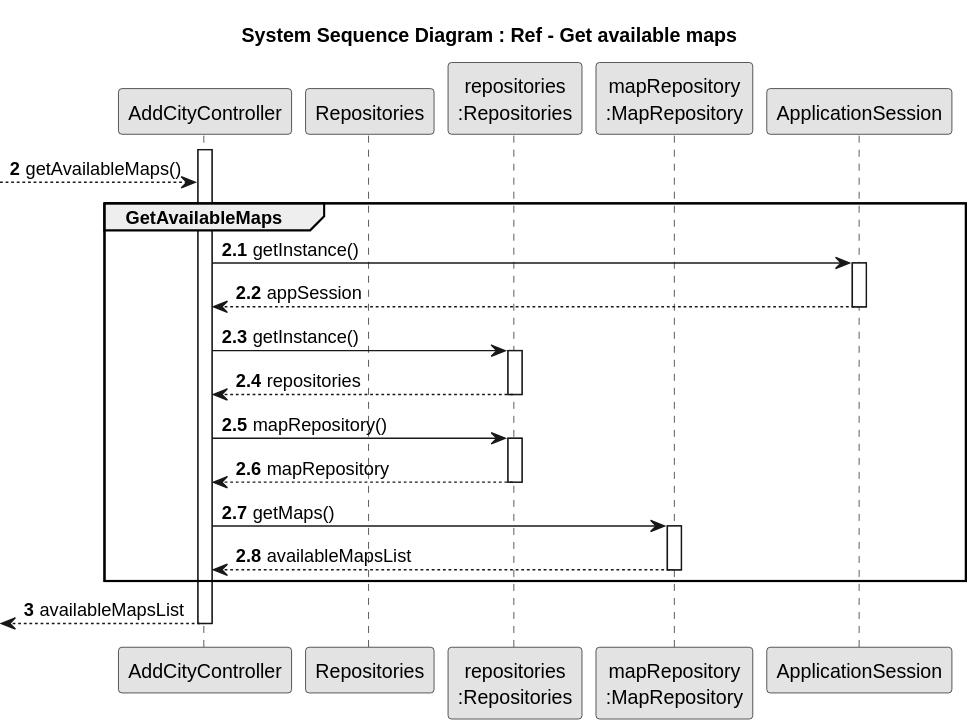
Above: docs/system-documentation/Sprint 2/US03/03.design/svg/US03-SD-get-available-maps.svg in HenriqueSilva18/Railway-Network-Simulator (PlantUML), before the change.
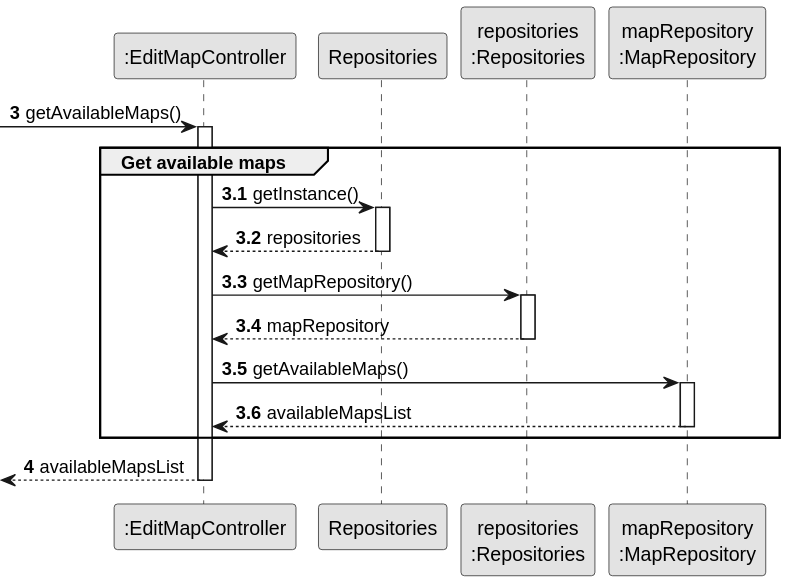
After the change.

What changed in the source:
```diff
@@ -2,45 +2,34 @@
 skinparam monochrome true
 skinparam packageStyle rectangle
 skinparam shadowing false
-autonumber
 
-title System Sequence Diagram : Ref - Get available maps
+autonumber 3
 
-participant AddCityController
-participant Repositories
+participant ":EditMapController" as CTRL
+participant "Repositories" as REPOS
 participant "repositories\n:Repositories" as REPOS_SINGLETON
 participant "mapRepository\n:MapRepository" as REPOS_MAP
-participant "ApplicationSession" as APP_SESSION
 
-        autonumber 2
+-> CTRL: getAvailableMaps()
+activate CTRL
+autonumber 3.1
+group Get available maps
+    CTRL -> REPOS: getInstance()
+    activate REPOS
+        REPOS --> CTRL: repositories
+    deactivate REPOS
 
-activate AddCityController
---> AddCityController: getAvailableMaps()
-        autonumber 2.1
-
-group GetAvailableMaps
-    AddCityController -> APP_SESSION: getInstance()
-    activate APP_SESSION
-        APP_SESSION --> AddCityController: appSession
-    deactivate APP_SESSION
-
-    AddCityController -> REPOS_SINGLETON: getInstance()
+    CTRL -> REPOS_SINGLETON: getMapRepository()
     activate REPOS_SINGLETON
-        REPOS_SINGLETON --> AddCityController: repositories
+        REPOS_SINGLETON --> CTRL: mapRepository
     deactivate REPOS_SINGLETON
 
-    AddCityController -> REPOS_SINGLETON: mapRepository()
-    activate REPOS_SINGLETON
-        REPOS_SINGLETON --> AddCityController: mapRepository
-    deactivate REPOS_SINGLETON
-
-    AddCityController -> REPOS_MAP: getMaps()
+    CTRL -> REPOS_MAP: getAvailableMaps()
     activate REPOS_MAP
-        REPOS_MAP --> AddCityController: availableMapsList
+        REPOS_MAP --> CTRL: availableMapsList
     deactivate REPOS_MAP
-end
-        autonumber  3
-
-<--AddCityController : availableMapsList
-deactivate AddCityController
+    end
+    autonumber 4
+    <-- CTRL : availableMapsList
+deactivate CTRL
 @enduml
```
